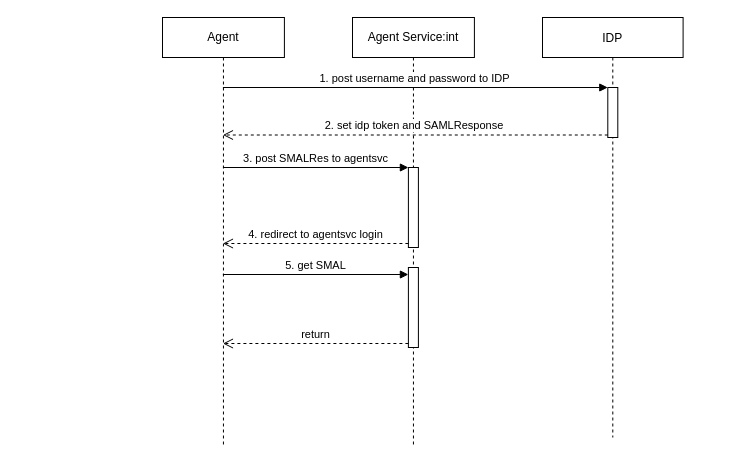
yubowen0525/ImageStorage keeps this draw.io diagram as page "Page-4" (4 of 4) of drawio/SASEONE Diagram.drawio. Above is the earlier version. Source tidied: cells renumbered, new cells numbered last; positions are measured from the earlier drawing's top-left corner, leaving out a move shared by most shapes. Both pictures are drawn from the tidied source at 100%, with x=0, y=0 at pixel (162, 17).
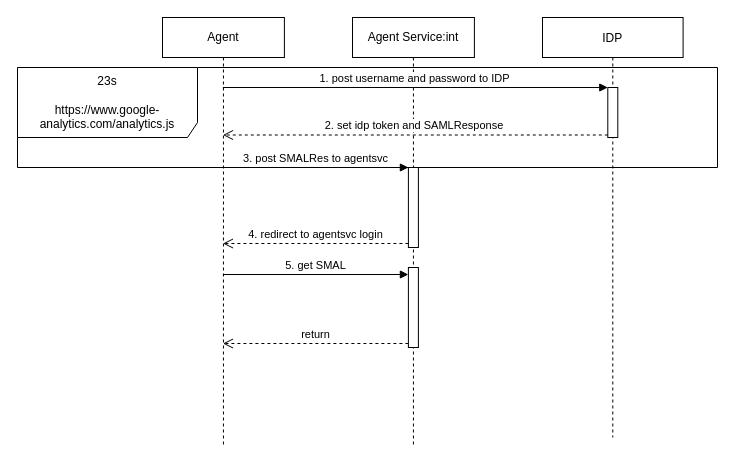
The same diagram, later.

Diff of the diagram source:
```diff
@@
 <mxGraphModel>
   <root>
     <mxCell id="0" />
     <mxCell id="1" parent="0" />
     <mxCell id="2" value="Agent" style="shape=umlLifeline;perimeter=lifelinePerimeter;whiteSpace=wrap;html=1;outlineConnect=0;" parent="1" vertex="1">
       <mxGeometry width="121.9" height="430" as="geometry" />
     </mxCell>
     <mxCell id="3" value="IDP" style="shape=umlLifeline;perimeter=lifelinePerimeter;rounded=0;shadow=0;strokeWidth=1;" parent="1" vertex="1">
       <mxGeometry x="380" width="140.6" height="420" as="geometry" />
     </mxCell>
     <mxCell id="4" style="html=1;points=[];perimeter=orthogonalPerimeter;" parent="3" vertex="1">
       <mxGeometry x="65.3" y="70" width="10" height="50" as="geometry" />
     </mxCell>
     <mxCell id="5" value="Agent Service:int" style="shape=umlLifeline;perimeter=lifelinePerimeter;whiteSpace=wrap;html=1;" parent="1" vertex="1">
       <mxGeometry x="190" width="121.9" height="430" as="geometry" />
     </mxCell>
     <mxCell id="6" style="html=1;points=[];perimeter=orthogonalPerimeter;" parent="1" vertex="1">
       <mxGeometry x="245.9" y="150" width="10" height="80" as="geometry" />
     </mxCell>
     <mxCell id="7" value="3. post SMALRes to agentsvc" style="html=1;verticalAlign=bottom;endArrow=block;entryX=0;entryY=0;" parent="1" edge="1" source="2" target="6">
       <mxGeometry relative="1" as="geometry" />
     </mxCell>
     <mxCell id="8" value="4. redirect to agentsvc login" style="html=1;verticalAlign=bottom;endArrow=open;dashed=1;endSize=8;exitX=0;exitY=0.95;" parent="1" edge="1" source="6" target="2">
       <mxGeometry relative="1" as="geometry" />
     </mxCell>
     <mxCell id="9" value="1. post username and password to IDP" style="html=1;verticalAlign=bottom;endArrow=block;entryX=0;entryY=0;" parent="1" edge="1" source="2" target="4">
       <mxGeometry relative="1" as="geometry" />
     </mxCell>
     <mxCell id="10" value="2. set idp token and SAMLResponse&amp;nbsp;" style="html=1;verticalAlign=bottom;endArrow=open;dashed=1;endSize=8;exitX=0;exitY=0.95;" parent="1" edge="1" source="4" target="2">
       <mxGeometry relative="1" as="geometry" />
     </mxCell>
     <mxCell id="11" style="html=1;points=[];perimeter=orthogonalPerimeter;" parent="1" vertex="1">
       <mxGeometry x="245.9" y="250" width="10" height="80" as="geometry" />
     </mxCell>
     <mxCell id="12" value="5. get SMAL" style="html=1;verticalAlign=bottom;endArrow=block;entryX=0;entryY=0;" parent="1" edge="1">
       <mxGeometry relative="1" as="geometry">
         <mxPoint x="60.4" y="257" as="sourcePoint" />
         <mxPoint x="245.9" y="257" as="targetPoint" />
       </mxGeometry>
     </mxCell>
     <mxCell id="13" value="return" style="html=1;verticalAlign=bottom;endArrow=open;dashed=1;endSize=8;exitX=0;exitY=0.95;" parent="1" edge="1" source="11" target="2">
       <mxGeometry relative="1" as="geometry" />
     </mxCell>
+    <mxCell id="14" value="23s&lt;br&gt;&lt;br&gt;https://www.google-analytics.com/analytics.js" style="shape=umlFrame;whiteSpace=wrap;html=1;width=180;height=70;" parent="1" vertex="1">
+      <mxGeometry x="-145" y="50" width="700" height="100" as="geometry" />
+    </mxCell>
   </root>
 </mxGraphModel>
```
